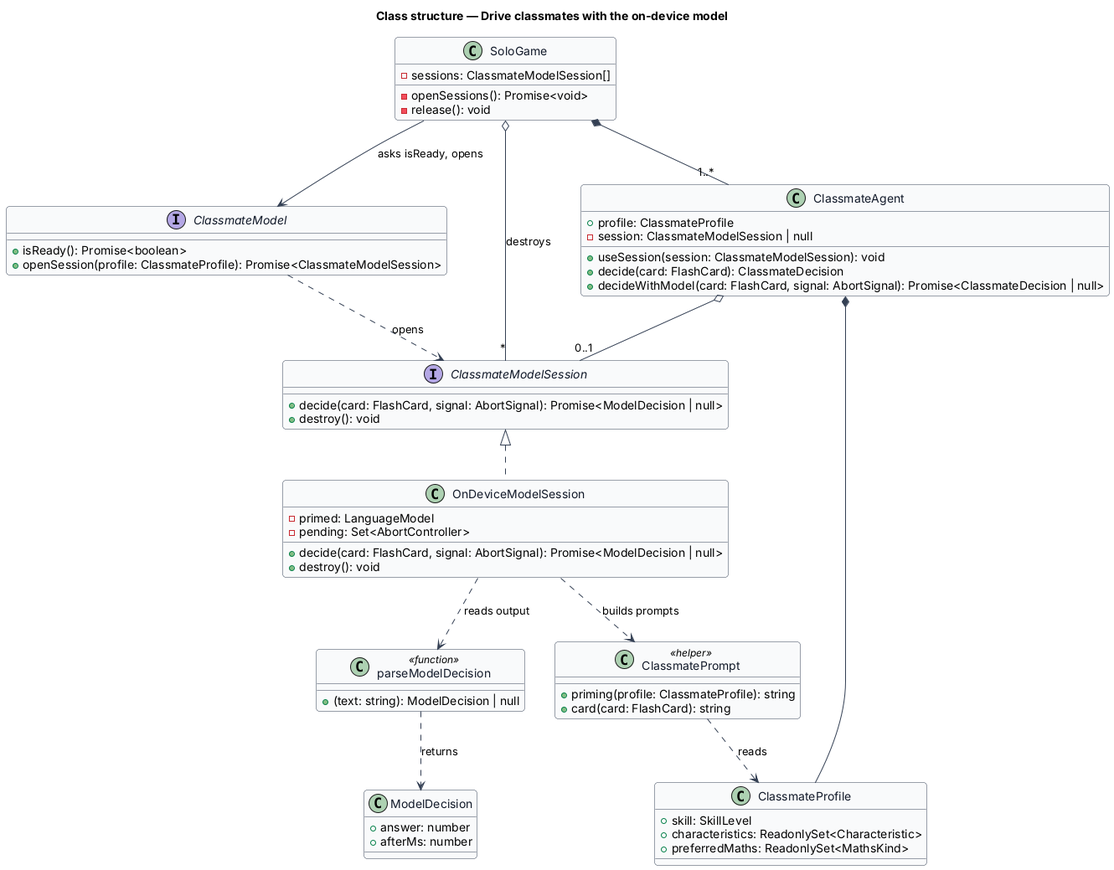
Before: docs/detailed-designs/classmates/drive-classmates-with-model/diagrams/class-structure.png, a diagram exported from PlantUML (QuinntyneBrown/around-the-world). Its source is kept beside it as docs/detailed-designs/classmates/drive-classmates-with-model/diagrams/class-structure.puml. Its diagram source:
```plantuml
@startuml
skinparam backgroundColor #FFFFFF
skinparam shadowing false
skinparam roundcorner 8
skinparam defaultFontName Arial
skinparam ArrowColor #344054
skinparam class {
  BorderColor #344054
  FontColor #101828
  BackgroundColor #F9FAFB
}
title Class structure — Drive classmates with the on-device model

interface ClassmateModel {
  +isReady(): Promise<boolean>
  +openSession(profile: ClassmateProfile): Promise<ClassmateModelSession>
}
interface ClassmateModelSession {
  +decide(card: FlashCard, signal: AbortSignal): Promise<ModelDecision | null>
  +destroy(): void
}
class OnDeviceModelSession {
  -primed: LanguageModel
  -pending: Set<AbortController>
  +decide(card: FlashCard, signal: AbortSignal): Promise<ModelDecision | null>
  +destroy(): void
}
class ModelDecision {
  +answer: number
  +afterMs: number
}
class ClassmatePrompt <<helper>> {
  +priming(profile: ClassmateProfile): string
  +card(card: FlashCard): string
}
class parseModelDecision <<function>> {
  +(text: string): ModelDecision | null
}
class ClassmateAgent {
  +profile: ClassmateProfile
  -session: ClassmateModelSession | null
  +useSession(session: ClassmateModelSession): void
  +decide(card: FlashCard): ClassmateDecision
  +decideWithModel(card: FlashCard, signal: AbortSignal): Promise<ClassmateDecision | null>
}
class ClassmateProfile {
  +skill: SkillLevel
  +characteristics: ReadonlySet<Characteristic>
  +preferredMaths: ReadonlySet<MathsKind>
}
class SoloGame {
  -sessions: ClassmateModelSession[]
  -openSessions(): Promise<void>
  -release(): void
}

ClassmateModelSession <|.. OnDeviceModelSession
ClassmateModel ..> ClassmateModelSession : opens
OnDeviceModelSession ..> ClassmatePrompt : builds prompts
OnDeviceModelSession ..> parseModelDecision : reads output
parseModelDecision ..> ModelDecision : returns
ClassmatePrompt ..> ClassmateProfile : reads
ClassmateAgent o-- "0..1" ClassmateModelSession
ClassmateAgent *-- ClassmateProfile
SoloGame --> ClassmateModel : asks isReady, opens
SoloGame o-- "*" ClassmateModelSession : destroys
SoloGame *-- "1..*" ClassmateAgent
@enduml
```
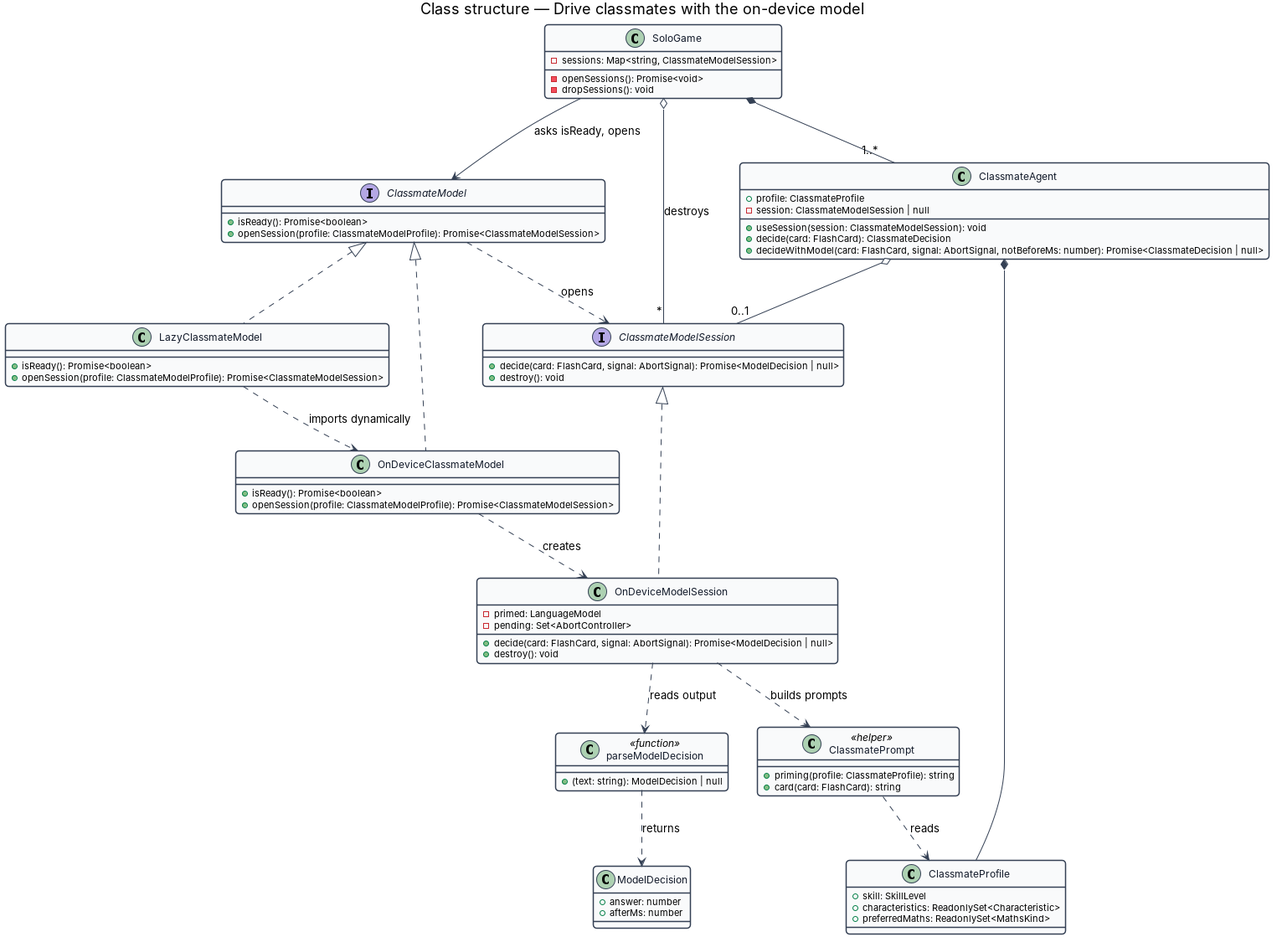
Above is the later version.

What changed in the source:
```diff
@@ -13,11 +13,19 @@
 
 interface ClassmateModel {
   +isReady(): Promise<boolean>
-  +openSession(profile: ClassmateProfile): Promise<ClassmateModelSession>
+  +openSession(profile: ClassmateModelProfile): Promise<ClassmateModelSession>
 }
 interface ClassmateModelSession {
   +decide(card: FlashCard, signal: AbortSignal): Promise<ModelDecision | null>
   +destroy(): void
+}
+class LazyClassmateModel {
+  +isReady(): Promise<boolean>
+  +openSession(profile: ClassmateModelProfile): Promise<ClassmateModelSession>
+}
+class OnDeviceClassmateModel {
+  +isReady(): Promise<boolean>
+  +openSession(profile: ClassmateModelProfile): Promise<ClassmateModelSession>
 }
 class OnDeviceModelSession {
   -primed: LanguageModel
@@ -41,7 +49,7 @@
   -session: ClassmateModelSession | null
   +useSession(session: ClassmateModelSession): void
   +decide(card: FlashCard): ClassmateDecision
-  +decideWithModel(card: FlashCard, signal: AbortSignal): Promise<ClassmateDecision | null>
+  +decideWithModel(card: FlashCard, signal: AbortSignal, notBeforeMs: number): Promise<ClassmateDecision | null>
 }
 class ClassmateProfile {
   +skill: SkillLevel
@@ -49,12 +57,16 @@
   +preferredMaths: ReadonlySet<MathsKind>
 }
 class SoloGame {
-  -sessions: ClassmateModelSession[]
+  -sessions: Map<string, ClassmateModelSession>
   -openSessions(): Promise<void>
-  -release(): void
+  -dropSessions(): void
 }
 
 ClassmateModelSession <|.. OnDeviceModelSession
+ClassmateModel <|.. LazyClassmateModel
+ClassmateModel <|.. OnDeviceClassmateModel
+LazyClassmateModel ..> OnDeviceClassmateModel : imports dynamically
+OnDeviceClassmateModel ..> OnDeviceModelSession : creates
 ClassmateModel ..> ClassmateModelSession : opens
 OnDeviceModelSession ..> ClassmatePrompt : builds prompts
 OnDeviceModelSession ..> parseModelDecision : reads output
```
